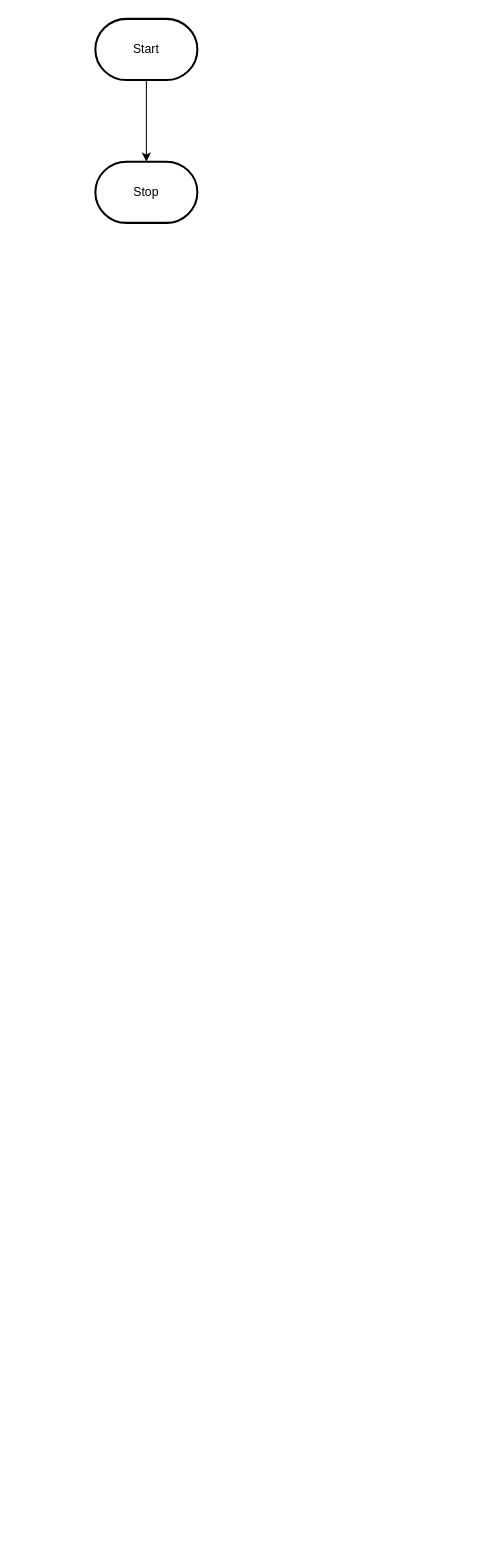
Earlier version of the draw.io diagram design/flowchart.drawio (MTHS-ICD2O-1-2023/ICD2O-Unit-5-05-Adam-Batiuk). Source tidied: cells renumbered, new cells numbered last; positions are measured from the earlier drawing's top-left corner, leaving out a move shared by most shapes. Both pictures are drawn from the tidied source at 102%, with x=0, y=0 at pixel (95, 18).
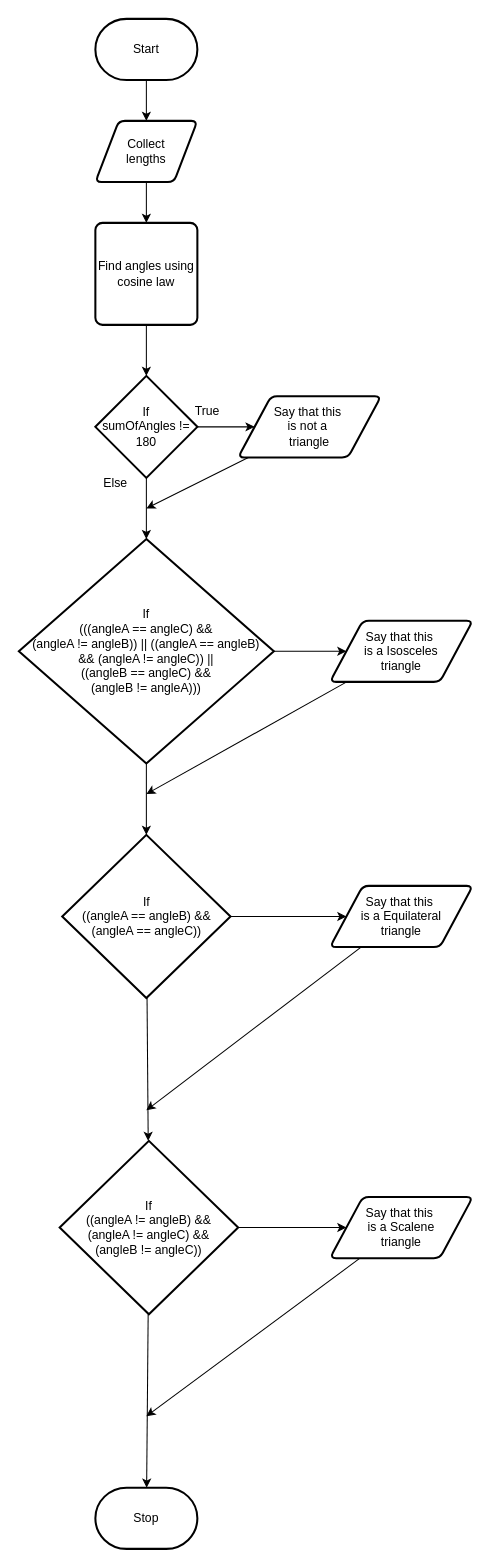
The same page after the edit.

Unchanged cells that the change refers to:
```xml
<mxCell id="3" value="Start" style="strokeWidth=2;html=1;shape=mxgraph.flowchart.terminator;whiteSpace=wrap;" parent="1" vertex="1">
  <mxGeometry width="100" height="60" as="geometry" />
</mxCell>
```

Change to the diagram source:
```diff
@@
-    <mxCell id="2" style="edgeStyle=orthogonalEdgeStyle;html=1;rounded=0;" parent="1" edge="1" source="3" target="4">
-      <mxGeometry relative="1" as="geometry" />
-    </mxCell>
+    <mxCell id="5" style="edgeStyle=none;html=1;" parent="1" edge="1" source="3" target="2">
+      <mxGeometry relative="1" as="geometry" />
+    </mxCell>
@@
     <mxCell id="4" value="Stop" style="strokeWidth=2;html=1;shape=mxgraph.flowchart.terminator;whiteSpace=wrap;" parent="1" vertex="1">
-      <mxGeometry y="140" width="100" height="60" as="geometry" />
+      <mxGeometry y="1440" width="100" height="60" as="geometry" />
     </mxCell>
+    <mxCell id="6" style="edgeStyle=none;html=1;" parent="1" edge="1" source="2" target="8">
+      <mxGeometry relative="1" as="geometry" />
+    </mxCell>
+    <mxCell id="2" value="Collect &lt;br&gt;lengths" style="shape=parallelogram;html=1;strokeWidth=2;perimeter=parallelogramPerimeter;whiteSpace=wrap;rounded=1;arcSize=12;size=0.23;" parent="1" vertex="1">
+      <mxGeometry y="100" width="100" height="60" as="geometry" />
+    </mxCell>
+    <mxCell id="7" style="edgeStyle=none;html=1;" parent="1" edge="1" source="8" target="14">
+      <mxGeometry relative="1" as="geometry" />
+    </mxCell>
+    <mxCell id="8" value="Find angles using&lt;br&gt;cosine law" style="rounded=1;whiteSpace=wrap;html=1;absoluteArcSize=1;arcSize=14;strokeWidth=2;" parent="1" vertex="1">
+      <mxGeometry y="200" width="100" height="100" as="geometry" />
+    </mxCell>
+    <mxCell id="9" style="edgeStyle=none;html=1;" parent="1" edge="1" source="11" target="21">
+      <mxGeometry relative="1" as="geometry" />
+    </mxCell>
+    <mxCell id="10" style="edgeStyle=none;html=1;" parent="1" edge="1" source="11" target="26">
+      <mxGeometry relative="1" as="geometry" />
+    </mxCell>
+    <mxCell id="11" value="If&lt;br&gt;(((angleA == angleC) &amp;amp;&amp;amp; &lt;br&gt;(angleA != angleB)) || ((angleA == angleB) &lt;br&gt;&amp;amp;&amp;amp; (angleA != angleC)) || &lt;br&gt;((angleB == angleC) &amp;amp;&amp;amp; &lt;br&gt;(angleB != angleA)))" style="strokeWidth=2;html=1;shape=mxgraph.flowchart.decision;whiteSpace=wrap;" parent="1" vertex="1">
+      <mxGeometry x="-75" y="510" width="250" height="220" as="geometry" />
+    </mxCell>
+    <mxCell id="12" style="edgeStyle=none;html=1;" parent="1" edge="1" source="14" target="16">
+      <mxGeometry relative="1" as="geometry" />
+    </mxCell>
+    <mxCell id="13" style="edgeStyle=none;html=1;" parent="1" edge="1" source="14" target="11">
+      <mxGeometry relative="1" as="geometry" />
+    </mxCell>
+    <mxCell id="14" value="If&lt;br&gt;sumOfAngles != 180" style="strokeWidth=2;html=1;shape=mxgraph.flowchart.decision;whiteSpace=wrap;" parent="1" vertex="1">
+      <mxGeometry y="350" width="100" height="100" as="geometry" />
+    </mxCell>
+    <mxCell id="15" style="edgeStyle=none;html=1;" parent="1" edge="1" source="16">
+      <mxGeometry relative="1" as="geometry">
+        <mxPoint x="50" y="480" as="targetPoint" />
+      </mxGeometry>
+    </mxCell>
+    <mxCell id="16" value="Say that this&amp;nbsp;&lt;br&gt;is not a&amp;nbsp;&lt;br&gt;triangle" style="shape=parallelogram;html=1;strokeWidth=2;perimeter=parallelogramPerimeter;whiteSpace=wrap;rounded=1;arcSize=12;size=0.23;" parent="1" vertex="1">
+      <mxGeometry x="140" y="370" width="140" height="60" as="geometry" />
+    </mxCell>
+    <mxCell id="17" value="True" style="text;html=1;strokeColor=none;fillColor=none;align=center;verticalAlign=middle;whiteSpace=wrap;rounded=0;" parent="1" vertex="1">
+      <mxGeometry x="80" y="370" width="60" height="30" as="geometry" />
+    </mxCell>
+    <mxCell id="18" value="Else" style="text;html=1;strokeColor=none;fillColor=none;align=center;verticalAlign=middle;whiteSpace=wrap;rounded=0;" parent="1" vertex="1">
+      <mxGeometry x="-10" y="440" width="60" height="30" as="geometry" />
+    </mxCell>
+    <mxCell id="19" style="edgeStyle=none;html=1;" parent="1" edge="1" source="21" target="24">
+      <mxGeometry relative="1" as="geometry" />
+    </mxCell>
+    <mxCell id="20" style="edgeStyle=none;html=1;entryX=0;entryY=0.5;entryDx=0;entryDy=0;" parent="1" edge="1" source="21" target="28">
+      <mxGeometry relative="1" as="geometry" />
+    </mxCell>
+    <mxCell id="21" value="If&lt;br&gt;((angleA == angleB) &amp;amp;&amp;amp; &lt;br&gt;(angleA == angleC))" style="strokeWidth=2;html=1;shape=mxgraph.flowchart.decision;whiteSpace=wrap;" parent="1" vertex="1">
+      <mxGeometry x="-32.5" y="800" width="165" height="160" as="geometry" />
+    </mxCell>
+    <mxCell id="22" style="edgeStyle=none;html=1;" parent="1" edge="1" source="24" target="4">
+      <mxGeometry relative="1" as="geometry" />
+    </mxCell>
+    <mxCell id="23" style="edgeStyle=none;html=1;" parent="1" edge="1" source="24" target="30">
+      <mxGeometry relative="1" as="geometry" />
+    </mxCell>
+    <mxCell id="24" value="If&lt;br&gt;((angleA != angleB) &amp;amp;&amp;amp; &lt;br&gt;(angleA != angleC) &amp;amp;&amp;amp; &lt;br&gt;(angleB != angleC))" style="strokeWidth=2;html=1;shape=mxgraph.flowchart.decision;whiteSpace=wrap;" parent="1" vertex="1">
+      <mxGeometry x="-35" y="1100" width="175" height="170" as="geometry" />
+    </mxCell>
+    <mxCell id="25" style="edgeStyle=none;html=1;" parent="1" edge="1" source="26">
+      <mxGeometry relative="1" as="geometry">
+        <mxPoint x="50" y="760" as="targetPoint" />
+      </mxGeometry>
+    </mxCell>
+    <mxCell id="26" value="Say that this&amp;nbsp;&lt;br&gt;is a Isosceles&lt;br&gt;triangle" style="shape=parallelogram;html=1;strokeWidth=2;perimeter=parallelogramPerimeter;whiteSpace=wrap;rounded=1;arcSize=12;size=0.23;" parent="1" vertex="1">
+      <mxGeometry x="230" y="590" width="140" height="60" as="geometry" />
+    </mxCell>
+    <mxCell id="27" style="edgeStyle=none;html=1;" parent="1" edge="1" source="28">
+      <mxGeometry relative="1" as="geometry">
+        <mxPoint x="50" y="1070" as="targetPoint" />
+      </mxGeometry>
+    </mxCell>
+    <mxCell id="28" value="Say that this&amp;nbsp;&lt;br&gt;is a Equilateral&lt;br&gt;triangle" style="shape=parallelogram;html=1;strokeWidth=2;perimeter=parallelogramPerimeter;whiteSpace=wrap;rounded=1;arcSize=12;size=0.23;" parent="1" vertex="1">
+      <mxGeometry x="230" y="850" width="140" height="60" as="geometry" />
+    </mxCell>
+    <mxCell id="29" style="edgeStyle=none;html=1;" parent="1" edge="1" source="30">
+      <mxGeometry relative="1" as="geometry">
+        <mxPoint x="50" y="1370" as="targetPoint" />
+      </mxGeometry>
+    </mxCell>
+    <mxCell id="30" value="Say that this&amp;nbsp;&lt;br&gt;is a Scalene&lt;br&gt;triangle" style="shape=parallelogram;html=1;strokeWidth=2;perimeter=parallelogramPerimeter;whiteSpace=wrap;rounded=1;arcSize=12;size=0.23;" parent="1" vertex="1">
+      <mxGeometry x="230" y="1155" width="140" height="60" as="geometry" />
+    </mxCell>
```
